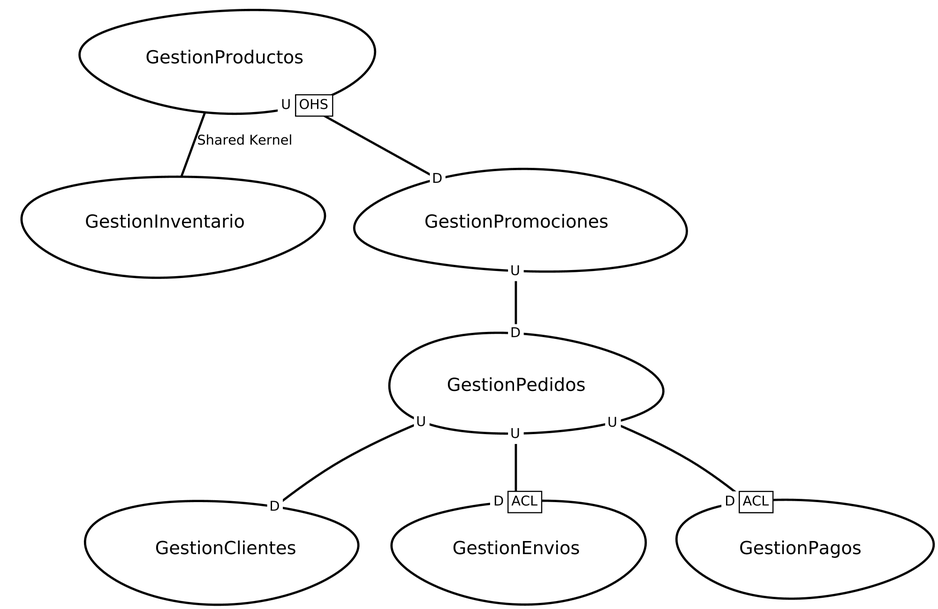
Henry-AbantoV/systemEcommerce2023 keeps this Graphviz diagram as src-gen/sytemEcommerce2023_ContextMap.png. Above is the earlier version. Its source is kept beside it as src-gen/sytemEcommerce2023_ContextMap.gv.
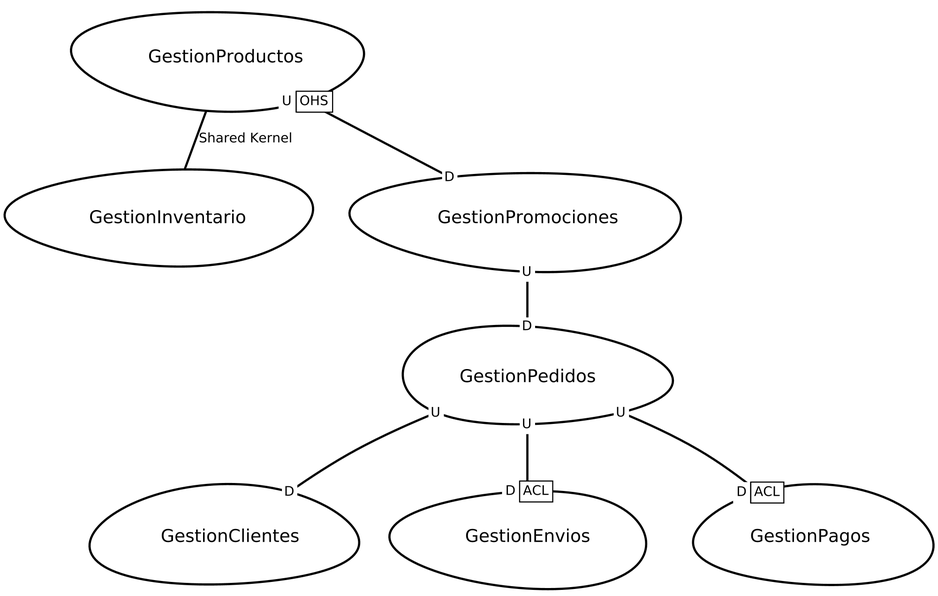
After the commit.

Change to the diagram source:
```diff
@@ -1,23 +1,23 @@
 digraph "ContextMapGraph" {
 graph ["imagepath"="/tmp/GraphvizJava"]
-"GestionClientes" ["margin"="0.3","orientation"="207","shape"="egg","fontsize"="16","style"="bold","label"="GestionClientes\n","fontname"="sans-serif"]
-"GestionEnvios" ["margin"="0.3","orientation"="192","shape"="egg","fontsize"="16","style"="bold","label"="GestionEnvios\n","fontname"="sans-serif"]
-"GestionInventario" ["margin"="0.3","orientation"="58","shape"="egg","fontsize"="16","style"="bold","label"="GestionInventario\n","fontname"="sans-serif"]
-"GestionPagos" ["margin"="0.3","orientation"="253","shape"="egg","fontsize"="16","style"="bold","label"="GestionPagos\n","fontname"="sans-serif"]
-"GestionPedidos" ["margin"="0.3","orientation"="171","shape"="egg","fontsize"="16","style"="bold","label"="GestionPedidos\n","fontname"="sans-serif"]
-"GestionProductos" ["margin"="0.3","orientation"="313","shape"="egg","fontsize"="16","style"="bold","label"="GestionProductos\n","fontname"="sans-serif"]
-"GestionPromociones" ["margin"="0.3","orientation"="321","shape"="egg","fontsize"="16","style"="bold","label"="GestionPromociones\n","fontname"="sans-serif"]
+"GestionClientes" ["margin"="0.3","orientation"="266","shape"="egg","fontsize"="16","style"="bold","label"="GestionClientes\n","fontname"="sans-serif"]
+"GestionEnvios" ["margin"="0.3","orientation"="240","shape"="egg","fontsize"="16","style"="bold","label"="GestionEnvios\n","fontname"="sans-serif"]
+"GestionInventario" ["margin"="0.3","orientation"="212","shape"="egg","fontsize"="16","style"="bold","label"="GestionInventario\n","fontname"="sans-serif"]
+"GestionPagos" ["margin"="0.3","orientation"="204","shape"="egg","fontsize"="16","style"="bold","label"="GestionPagos\n","fontname"="sans-serif"]
+"GestionPedidos" ["margin"="0.3","orientation"="21","shape"="egg","fontsize"="16","style"="bold","label"="GestionPedidos\n","fontname"="sans-serif"]
+"GestionProductos" ["margin"="0.3","orientation"="318","shape"="egg","fontsize"="16","style"="bold","label"="GestionProductos\n","fontname"="sans-serif"]
+"GestionPromociones" ["margin"="0.3","orientation"="193","shape"="egg","fontsize"="16","style"="bold","label"="GestionPromociones\n","fontname"="sans-serif"]
+"GestionPedidos" -> "GestionEnvios" ["headlabel"=<<table cellspacing="0" cellborder="1" border="0">
+<tr><td bgcolor="white" sides="r">D</td><td sides="trbl" bgcolor="white"><font>ACL</font></td></tr>
+</table>>,"labeldistance"="0","fontsize"="12","taillabel"=<<table cellspacing="0" cellborder="0" border="0">
+<tr><td bgcolor="white">U</td></tr>
+</table>>,"style"="bold","label"="                                        ","dir"="none","fontname"="sans-serif"]
 "GestionPedidos" -> "GestionClientes" ["headlabel"=<<table cellspacing="0" cellborder="0" border="0">
 <tr><td bgcolor="white">D</td></tr>
 </table>>,"labeldistance"="0","fontsize"="12","taillabel"=<<table cellspacing="0" cellborder="0" border="0">
 <tr><td bgcolor="white">U</td></tr>
 </table>>,"style"="bold","label"="                                        ","dir"="none","fontname"="sans-serif"]
 "GestionPedidos" -> "GestionPagos" ["headlabel"=<<table cellspacing="0" cellborder="1" border="0">
-<tr><td bgcolor="white" sides="r">D</td><td sides="trbl" bgcolor="white"><font>ACL</font></td></tr>
-</table>>,"labeldistance"="0","fontsize"="12","taillabel"=<<table cellspacing="0" cellborder="0" border="0">
-<tr><td bgcolor="white">U</td></tr>
-</table>>,"style"="bold","label"="                                        ","dir"="none","fontname"="sans-serif"]
-"GestionPedidos" -> "GestionEnvios" ["headlabel"=<<table cellspacing="0" cellborder="1" border="0">
 <tr><td bgcolor="white" sides="r">D</td><td sides="trbl" bgcolor="white"><font>ACL</font></td></tr>
 </table>>,"labeldistance"="0","fontsize"="12","taillabel"=<<table cellspacing="0" cellborder="0" border="0">
 <tr><td bgcolor="white">U</td></tr>
```
